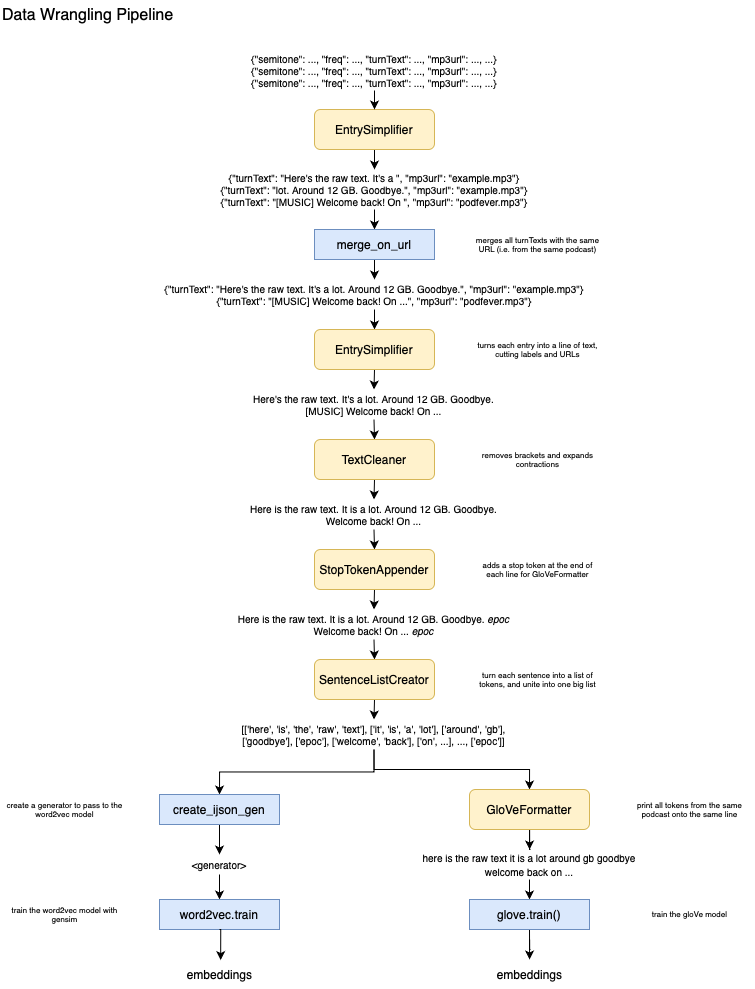
Above: wrangling.png in jofras/bachelors-thesis (draw.io), before the change. Source tidied: cells renumbered, new cells last; positions are measured from the earlier drawing's top-left corner, leaving out a move shared by most shapes. Its diagram source:
```xml
<mxGraphModel>
  <root>
    <mxCell id="0" />
    <mxCell id="1" parent="0" />
    <mxCell id="2" value="Data Wrangling Pipeline" style="text;html=1;align=left;verticalAlign=middle;whiteSpace=wrap;rounded=0;fontFamily=Helvetica;fontStyle=0;labelPosition=center;verticalLabelPosition=middle;fontSize=16;" parent="1" vertex="1">
      <mxGeometry width="230" height="30" as="geometry" />
    </mxCell>
    <mxCell id="3" style="edgeStyle=orthogonalEdgeStyle;rounded=0;jettySize=auto;html=1;exitX=0.5;exitY=1;exitDx=0;exitDy=0;entryX=0.5;entryY=0;entryDx=0;entryDy=0;" parent="1" edge="1" source="4" target="8">
      <mxGeometry relative="1" as="geometry" />
    </mxCell>
    <mxCell id="4" value="EntrySimplifier" style="rounded=1;whiteSpace=wrap;html=1;labelBackgroundColor=none;fillColor=#fff2cc;strokeColor=#d6b656;" parent="1" vertex="1">
      <mxGeometry x="314" y="109" width="120" height="40" as="geometry" />
    </mxCell>
    <mxCell id="5" style="edgeStyle=orthogonalEdgeStyle;rounded=0;jettySize=auto;html=1;exitX=0.5;exitY=1;exitDx=0;exitDy=0;entryX=0.5;entryY=0;entryDx=0;entryDy=0;" parent="1" edge="1" source="6" target="4">
      <mxGeometry relative="1" as="geometry" />
    </mxCell>
    <mxCell id="6" value="{&quot;semitone&quot;: ..., &quot;freq&quot;: ..., &quot;turnText&quot;: ..., &quot;mp3url&quot;: ..., ...}&lt;div&gt;{&quot;semitone&quot;: ..., &quot;freq&quot;: ..., &quot;turnText&quot;: ..., &quot;mp3url&quot;: ..., ...}&lt;br&gt;&lt;/div&gt;&lt;div&gt;{&quot;semitone&quot;: ..., &quot;freq&quot;: ..., &quot;turnText&quot;: ..., &quot;mp3url&quot;: ..., ...}&lt;br&gt;&lt;/div&gt;" style="text;html=1;align=center;verticalAlign=middle;whiteSpace=wrap;rounded=0;fontFamily=Helvetica;fontSize=10;" parent="1" vertex="1">
      <mxGeometry x="249" y="50" width="250" height="40" as="geometry" />
    </mxCell>
    <mxCell id="7" style="edgeStyle=orthogonalEdgeStyle;rounded=0;jettySize=auto;html=1;exitX=0.5;exitY=1;exitDx=0;exitDy=0;entryX=0.5;entryY=0;entryDx=0;entryDy=0;" parent="1" edge="1" source="8" target="10">
      <mxGeometry relative="1" as="geometry" />
    </mxCell>
    <mxCell id="8" value="{&quot;turnText&quot;: &quot;Here's the raw text. It's a &quot;, &quot;mp3url&quot;: &quot;example.mp3&quot;}&lt;div&gt;{&quot;turnText&quot;: &quot;lot. Around 12 GB. Goodbye.&quot;, &quot;mp3url&quot;: &quot;example.mp3&quot;}&lt;br&gt;&lt;/div&gt;&lt;div&gt;{&quot;turnText&quot;: &quot;[MUSIC] Welcome back! On &quot;, &quot;mp3url&quot;: &quot;podfever.mp3&quot;}&lt;br&gt;&lt;/div&gt;" style="text;html=1;align=center;verticalAlign=middle;whiteSpace=wrap;rounded=0;fontFamily=Helvetica;fontSize=10;" parent="1" vertex="1">
      <mxGeometry x="219" y="169" width="310" height="40" as="geometry" />
    </mxCell>
    <mxCell id="9" style="edgeStyle=orthogonalEdgeStyle;rounded=0;jettySize=auto;html=1;exitX=0.5;exitY=1;exitDx=0;exitDy=0;entryX=0.5;entryY=0;entryDx=0;entryDy=0;" parent="1" edge="1" source="10" target="12">
      <mxGeometry relative="1" as="geometry" />
    </mxCell>
    <mxCell id="10" value="merge_on_url" style="rounded=0;whiteSpace=wrap;html=1;fillColor=#dae8fc;strokeColor=#6c8ebf;" parent="1" vertex="1">
      <mxGeometry x="314" y="229" width="120" height="30" as="geometry" />
    </mxCell>
    <mxCell id="11" style="edgeStyle=orthogonalEdgeStyle;rounded=0;jettySize=auto;html=1;exitX=0.5;exitY=1;exitDx=0;exitDy=0;entryX=0.5;entryY=0;entryDx=0;entryDy=0;" parent="1" edge="1" source="12" target="14">
      <mxGeometry relative="1" as="geometry" />
    </mxCell>
    <mxCell id="12" value="{&quot;turnText&quot;: &quot;Here's the raw text. It's a lot. Around 12 GB. Goodbye.&quot;, &quot;mp3url&quot;: &quot;example.mp3&quot;}&lt;div&gt;{&quot;turnText&quot;: &quot;[MUSIC] Welcome back! On ...&quot;, &quot;mp3url&quot;: &quot;podfever.mp3&quot;}&lt;br&gt;&lt;/div&gt;" style="text;html=1;align=center;verticalAlign=middle;whiteSpace=wrap;rounded=0;fontFamily=Helvetica;fontSize=10;" parent="1" vertex="1">
      <mxGeometry x="159" y="279" width="430" height="30" as="geometry" />
    </mxCell>
    <mxCell id="13" style="edgeStyle=orthogonalEdgeStyle;rounded=0;jettySize=auto;html=1;exitX=0.5;exitY=1;exitDx=0;exitDy=0;entryX=0.5;entryY=0;entryDx=0;entryDy=0;" parent="1" edge="1" source="14" target="16">
      <mxGeometry relative="1" as="geometry" />
    </mxCell>
    <mxCell id="14" value="EntrySimplifier" style="rounded=1;whiteSpace=wrap;html=1;labelBackgroundColor=none;fillColor=#fff2cc;strokeColor=#d6b656;" parent="1" vertex="1">
      <mxGeometry x="314" y="329" width="120" height="40" as="geometry" />
    </mxCell>
    <mxCell id="15" style="edgeStyle=orthogonalEdgeStyle;rounded=0;jettySize=auto;html=1;exitX=0.5;exitY=1;exitDx=0;exitDy=0;entryX=0.5;entryY=0;entryDx=0;entryDy=0;" parent="1" edge="1" source="16" target="18">
      <mxGeometry relative="1" as="geometry" />
    </mxCell>
    <mxCell id="16" value="Here's the raw text. It's a lot. Around 12 GB. Goodbye.&lt;div&gt;[MUSIC] Welcome back! On ...&lt;br&gt;&lt;/div&gt;" style="text;html=1;align=center;verticalAlign=middle;whiteSpace=wrap;rounded=0;fontFamily=Helvetica;fontSize=10;" parent="1" vertex="1">
      <mxGeometry x="249" y="389" width="249" height="30" as="geometry" />
    </mxCell>
    <mxCell id="17" style="edgeStyle=orthogonalEdgeStyle;rounded=0;jettySize=auto;html=1;exitX=0.5;exitY=1;exitDx=0;exitDy=0;entryX=0.5;entryY=0;entryDx=0;entryDy=0;" parent="1" edge="1" source="18" target="20">
      <mxGeometry relative="1" as="geometry" />
    </mxCell>
    <mxCell id="18" value="TextCleaner" style="rounded=1;whiteSpace=wrap;html=1;labelBackgroundColor=none;fillColor=#fff2cc;strokeColor=#d6b656;" parent="1" vertex="1">
      <mxGeometry x="314" y="439" width="120" height="40" as="geometry" />
    </mxCell>
    <mxCell id="19" style="edgeStyle=orthogonalEdgeStyle;rounded=0;jettySize=auto;html=1;exitX=0.5;exitY=1;exitDx=0;exitDy=0;entryX=0.5;entryY=0;entryDx=0;entryDy=0;" parent="1" edge="1" source="20" target="22">
      <mxGeometry relative="1" as="geometry" />
    </mxCell>
    <mxCell id="20" value="Here is the raw text. It is a lot. Around 12 GB. Goodbye.&lt;div&gt;Welcome back! On ...&lt;br&gt;&lt;/div&gt;" style="text;html=1;align=center;verticalAlign=middle;whiteSpace=wrap;rounded=0;fontFamily=Helvetica;fontSize=10;" parent="1" vertex="1">
      <mxGeometry x="249" y="499" width="249" height="30" as="geometry" />
    </mxCell>
    <mxCell id="21" style="edgeStyle=orthogonalEdgeStyle;rounded=0;jettySize=auto;html=1;exitX=0.5;exitY=1;exitDx=0;exitDy=0;entryX=0.5;entryY=0;entryDx=0;entryDy=0;" parent="1" edge="1" source="22" target="24">
      <mxGeometry relative="1" as="geometry" />
    </mxCell>
    <mxCell id="22" value="StopTokenAppender" style="rounded=1;whiteSpace=wrap;html=1;labelBackgroundColor=none;fillColor=#fff2cc;strokeColor=#d6b656;" parent="1" vertex="1">
      <mxGeometry x="314" y="549" width="120" height="40" as="geometry" />
    </mxCell>
    <mxCell id="23" style="edgeStyle=orthogonalEdgeStyle;rounded=0;jettySize=auto;html=1;exitX=0.5;exitY=1;exitDx=0;exitDy=0;entryX=0.5;entryY=0;entryDx=0;entryDy=0;" parent="1" edge="1" source="24" target="26">
      <mxGeometry relative="1" as="geometry" />
    </mxCell>
    <mxCell id="24" value="Here is the raw text. It is a lot. Around 12 GB. Goodbye. &lt;i&gt;epoc&lt;/i&gt;&lt;div&gt;Welcome back! On ... &lt;i&gt;epoc&lt;/i&gt;&lt;br&gt;&lt;/div&gt;" style="text;html=1;align=center;verticalAlign=middle;whiteSpace=wrap;rounded=0;fontFamily=Helvetica;fontSize=10;" parent="1" vertex="1">
      <mxGeometry x="233" y="609" width="281" height="30" as="geometry" />
    </mxCell>
    <mxCell id="25" style="edgeStyle=orthogonalEdgeStyle;rounded=0;jettySize=auto;html=1;exitX=0.5;exitY=1;exitDx=0;exitDy=0;entryX=0.5;entryY=0;entryDx=0;entryDy=0;" parent="1" edge="1" source="26" target="29">
      <mxGeometry relative="1" as="geometry" />
    </mxCell>
    <mxCell id="26" value="SentenceListCreator" style="rounded=1;whiteSpace=wrap;html=1;labelBackgroundColor=none;fillColor=#fff2cc;strokeColor=#d6b656;" parent="1" vertex="1">
      <mxGeometry x="314" y="659" width="120" height="40" as="geometry" />
    </mxCell>
    <mxCell id="27" style="edgeStyle=orthogonalEdgeStyle;rounded=0;jettySize=auto;html=1;exitX=0.5;exitY=1;exitDx=0;exitDy=0;entryX=0.5;entryY=0;entryDx=0;entryDy=0;" parent="1" edge="1" source="29" target="33">
      <mxGeometry relative="1" as="geometry" />
    </mxCell>
    <mxCell id="28" style="edgeStyle=orthogonalEdgeStyle;rounded=0;jettySize=auto;html=1;exitX=0.5;exitY=1;exitDx=0;exitDy=0;entryX=0.5;entryY=0;entryDx=0;entryDy=0;" parent="1" edge="1" source="29" target="31">
      <mxGeometry relative="1" as="geometry">
        <Array as="points">
          <mxPoint x="374" y="769" />
          <mxPoint x="529" y="769" />
        </Array>
      </mxGeometry>
    </mxCell>
    <mxCell id="29" value="&lt;div&gt;[['here', 'is', 'the', 'raw', 'text'], ['it', 'is', 'a', 'lot'], ['around', 'gb'], ['goodbye'], ['epoc'], ['welcome', 'back'], ['on', ...], ..., ['epoc']]&lt;/div&gt;" style="text;html=1;align=center;verticalAlign=middle;whiteSpace=wrap;rounded=0;fontFamily=Helvetica;fontSize=10;" parent="1" vertex="1">
      <mxGeometry x="240" y="719" width="267" height="30" as="geometry" />
    </mxCell>
    <mxCell id="30" style="edgeStyle=orthogonalEdgeStyle;rounded=0;jettySize=auto;html=1;exitX=0.5;exitY=1;exitDx=0;exitDy=0;" parent="1" edge="1" source="31" target="37">
      <mxGeometry relative="1" as="geometry" />
    </mxCell>
    <mxCell id="31" value="GloVeFormatter" style="rounded=1;whiteSpace=wrap;html=1;labelBackgroundColor=none;fillColor=#fff2cc;strokeColor=#d6b656;" parent="1" vertex="1">
      <mxGeometry x="469" y="789" width="120" height="40" as="geometry" />
    </mxCell>
    <mxCell id="32" style="edgeStyle=orthogonalEdgeStyle;rounded=0;jettySize=auto;html=1;exitX=0.5;exitY=1;exitDx=0;exitDy=0;entryX=0.5;entryY=0;entryDx=0;entryDy=0;" parent="1" edge="1" source="33" target="35">
      <mxGeometry relative="1" as="geometry" />
    </mxCell>
    <mxCell id="33" value="create_ijson_gen" style="rounded=0;whiteSpace=wrap;html=1;fillColor=#dae8fc;strokeColor=#6c8ebf;" parent="1" vertex="1">
      <mxGeometry x="159" y="794" width="120" height="30" as="geometry" />
    </mxCell>
    <mxCell id="34" style="edgeStyle=orthogonalEdgeStyle;rounded=0;jettySize=auto;html=1;exitX=0.5;exitY=1;exitDx=0;exitDy=0;entryX=0.5;entryY=0;entryDx=0;entryDy=0;" parent="1" edge="1" source="35" target="38">
      <mxGeometry relative="1" as="geometry" />
    </mxCell>
    <mxCell id="35" value="&lt;font style=&quot;font-size: 10px;&quot;&gt;&amp;lt;generator&amp;gt;&lt;/font&gt;" style="text;html=1;align=center;verticalAlign=middle;whiteSpace=wrap;rounded=0;" parent="1" vertex="1">
      <mxGeometry x="189" y="854" width="60" height="20" as="geometry" />
    </mxCell>
    <mxCell id="36" style="edgeStyle=orthogonalEdgeStyle;rounded=0;jettySize=auto;html=1;exitX=0.5;exitY=1;exitDx=0;exitDy=0;entryX=0.5;entryY=0;entryDx=0;entryDy=0;" parent="1" edge="1" source="37" target="40">
      <mxGeometry relative="1" as="geometry" />
    </mxCell>
    <mxCell id="37" value="&lt;font style=&quot;font-size: 10px;&quot;&gt;here is the raw text it is a lot around gb goodbye&lt;/font&gt;&lt;div&gt;&lt;font style=&quot;font-size: 10px;&quot;&gt;welcome back on ...&lt;/font&gt;&lt;/div&gt;" style="text;html=1;align=center;verticalAlign=middle;whiteSpace=wrap;rounded=0;" parent="1" vertex="1">
      <mxGeometry x="419" y="849" width="220" height="30" as="geometry" />
    </mxCell>
    <mxCell id="38" value="word2vec.train" style="rounded=0;whiteSpace=wrap;html=1;fillColor=#dae8fc;strokeColor=#6c8ebf;" parent="1" vertex="1">
      <mxGeometry x="159" y="899" width="120" height="30" as="geometry" />
    </mxCell>
    <mxCell id="39" style="edgeStyle=orthogonalEdgeStyle;rounded=0;jettySize=auto;html=1;exitX=0.5;exitY=1;exitDx=0;exitDy=0;" parent="1" edge="1" source="40" target="42">
      <mxGeometry relative="1" as="geometry" />
    </mxCell>
    <mxCell id="40" value="glove.train()" style="rounded=0;whiteSpace=wrap;html=1;fillColor=#dae8fc;strokeColor=#6c8ebf;" parent="1" vertex="1">
      <mxGeometry x="469" y="899" width="120" height="30" as="geometry" />
    </mxCell>
    <mxCell id="41" value="embeddings" style="text;html=1;align=center;verticalAlign=middle;points=[];strokeColor=none;fillColor=none;" parent="1" vertex="1">
      <mxGeometry x="174" y="959" width="90" height="30" as="geometry" />
    </mxCell>
    <mxCell id="42" value="embeddings" style="text;html=1;align=center;verticalAlign=middle;points=[];strokeColor=none;fillColor=none;" parent="1" vertex="1">
      <mxGeometry x="484" y="959" width="90" height="30" as="geometry" />
    </mxCell>
    <mxCell id="43" style="edgeStyle=orthogonalEdgeStyle;rounded=0;jettySize=auto;html=1;exitX=0.5;exitY=1;exitDx=0;exitDy=0;entryX=0.513;entryY=0.019;entryDx=0;entryDy=0;entryPerimeter=0;" parent="1" edge="1" source="38" target="41">
      <mxGeometry relative="1" as="geometry" />
    </mxCell>
    <mxCell id="44" value="&lt;font&gt;merges all turnTexts with the same URL (i.e. from the same podcast)&lt;/font&gt;" style="text;html=1;align=center;verticalAlign=middle;whiteSpace=wrap;rounded=0;fontSize=8;" parent="1" vertex="1">
      <mxGeometry x="473" y="229" width="129" height="30" as="geometry" />
    </mxCell>
    <mxCell id="45" value="turns each entry into a line of text, cutting labels and URLs" style="text;html=1;align=center;verticalAlign=middle;whiteSpace=wrap;rounded=0;fontSize=8;" parent="1" vertex="1">
      <mxGeometry x="473" y="334" width="129" height="30" as="geometry" />
    </mxCell>
    <mxCell id="46" value="removes brackets and expands contractions" style="text;html=1;align=center;verticalAlign=middle;whiteSpace=wrap;rounded=0;fontSize=8;" parent="1" vertex="1">
      <mxGeometry x="473" y="444" width="129" height="30" as="geometry" />
    </mxCell>
    <mxCell id="47" value="adds a stop token at the end of each line for GloVeFormatter" style="text;html=1;align=center;verticalAlign=middle;whiteSpace=wrap;rounded=0;fontSize=8;" parent="1" vertex="1">
      <mxGeometry x="473" y="554" width="129" height="30" as="geometry" />
    </mxCell>
    <mxCell id="48" value="turn each sentence into a list of tokens, and unite into one big list" style="text;html=1;align=center;verticalAlign=middle;whiteSpace=wrap;rounded=0;fontSize=8;" parent="1" vertex="1">
      <mxGeometry x="473" y="664" width="129" height="30" as="geometry" />
    </mxCell>
    <mxCell id="49" value="create a generator to pass to the word2vec model" style="text;html=1;align=center;verticalAlign=middle;whiteSpace=wrap;rounded=0;fontSize=8;" parent="1" vertex="1">
      <mxGeometry y="794" width="129" height="30" as="geometry" />
    </mxCell>
    <mxCell id="50" value="train the word2vec model with gensim" style="text;html=1;align=center;verticalAlign=middle;whiteSpace=wrap;rounded=0;fontSize=8;" parent="1" vertex="1">
      <mxGeometry y="899" width="129" height="30" as="geometry" />
    </mxCell>
    <mxCell id="51" value="print all tokens from the same podcast onto the same line" style="text;html=1;align=center;verticalAlign=middle;whiteSpace=wrap;rounded=0;fontSize=8;" parent="1" vertex="1">
      <mxGeometry x="625" y="794" width="129" height="30" as="geometry" />
    </mxCell>
    <mxCell id="52" value="train the gloVe model" style="text;html=1;align=center;verticalAlign=middle;whiteSpace=wrap;rounded=0;fontSize=8;" parent="1" vertex="1">
      <mxGeometry x="625" y="899" width="129" height="30" as="geometry" />
    </mxCell>
  </root>
</mxGraphModel>
```
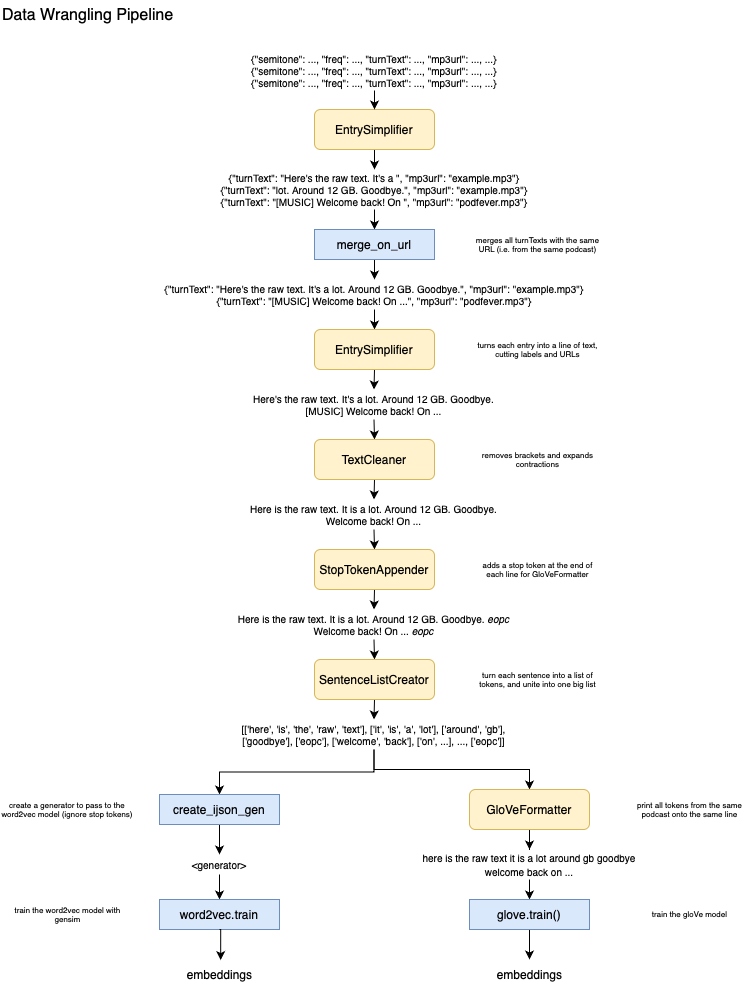
The same diagram one commit later.

What changed in the source:
```diff
@@ -68,7 +68,7 @@
     <mxCell id="23" style="edgeStyle=orthogonalEdgeStyle;rounded=0;jettySize=auto;html=1;exitX=0.5;exitY=1;exitDx=0;exitDy=0;entryX=0.5;entryY=0;entryDx=0;entryDy=0;" parent="1" edge="1" source="24" target="26">
       <mxGeometry relative="1" as="geometry" />
     </mxCell>
-    <mxCell id="24" value="Here is the raw text. It is a lot. Around 12 GB. Goodbye. &lt;i&gt;epoc&lt;/i&gt;&lt;div&gt;Welcome back! On ... &lt;i&gt;epoc&lt;/i&gt;&lt;br&gt;&lt;/div&gt;" style="text;html=1;align=center;verticalAlign=middle;whiteSpace=wrap;rounded=0;fontFamily=Helvetica;fontSize=10;" parent="1" vertex="1">
+    <mxCell id="24" value="Here is the raw text. It is a lot. Around 12 GB. Goodbye. &lt;i&gt;eopc&lt;/i&gt;&lt;div&gt;Welcome back! On ... &lt;i&gt;eopc&lt;/i&gt;&lt;br&gt;&lt;/div&gt;" style="text;html=1;align=center;verticalAlign=middle;whiteSpace=wrap;rounded=0;fontFamily=Helvetica;fontSize=10;" parent="1" vertex="1">
       <mxGeometry x="233" y="609" width="281" height="30" as="geometry" />
     </mxCell>
     <mxCell id="25" style="edgeStyle=orthogonalEdgeStyle;rounded=0;jettySize=auto;html=1;exitX=0.5;exitY=1;exitDx=0;exitDy=0;entryX=0.5;entryY=0;entryDx=0;entryDy=0;" parent="1" edge="1" source="26" target="29">
@@ -88,7 +88,7 @@
         </Array>
       </mxGeometry>
     </mxCell>
-    <mxCell id="29" value="&lt;div&gt;[['here', 'is', 'the', 'raw', 'text'], ['it', 'is', 'a', 'lot'], ['around', 'gb'], ['goodbye'], ['epoc'], ['welcome', 'back'], ['on', ...], ..., ['epoc']]&lt;/div&gt;" style="text;html=1;align=center;verticalAlign=middle;whiteSpace=wrap;rounded=0;fontFamily=Helvetica;fontSize=10;" parent="1" vertex="1">
+    <mxCell id="29" value="&lt;div&gt;[['here', 'is', 'the', 'raw', 'text'], ['it', 'is', 'a', 'lot'], ['around', 'gb'], ['goodbye'], ['eopc'], ['welcome', 'back'], ['on', ...], ..., ['eopc']]&lt;/div&gt;" style="text;html=1;align=center;verticalAlign=middle;whiteSpace=wrap;rounded=0;fontFamily=Helvetica;fontSize=10;" parent="1" vertex="1">
       <mxGeometry x="240" y="719" width="267" height="30" as="geometry" />
     </mxCell>
     <mxCell id="30" style="edgeStyle=orthogonalEdgeStyle;rounded=0;jettySize=auto;html=1;exitX=0.5;exitY=1;exitDx=0;exitDy=0;" parent="1" edge="1" source="31" target="37">
@@ -148,11 +148,11 @@
     <mxCell id="48" value="turn each sentence into a list of tokens, and unite into one big list" style="text;html=1;align=center;verticalAlign=middle;whiteSpace=wrap;rounded=0;fontSize=8;" parent="1" vertex="1">
       <mxGeometry x="473" y="664" width="129" height="30" as="geometry" />
     </mxCell>
-    <mxCell id="49" value="create a generator to pass to the word2vec model" style="text;html=1;align=center;verticalAlign=middle;whiteSpace=wrap;rounded=0;fontSize=8;" parent="1" vertex="1">
-      <mxGeometry y="794" width="129" height="30" as="geometry" />
+    <mxCell id="49" value="create a generator to pass to the word2vec model (ignore stop tokens)" style="text;html=1;align=center;verticalAlign=middle;whiteSpace=wrap;rounded=0;fontSize=8;" parent="1" vertex="1">
+      <mxGeometry y="794" width="134" height="30" as="geometry" />
     </mxCell>
     <mxCell id="50" value="train the word2vec model with gensim" style="text;html=1;align=center;verticalAlign=middle;whiteSpace=wrap;rounded=0;fontSize=8;" parent="1" vertex="1">
-      <mxGeometry y="899" width="129" height="30" as="geometry" />
+      <mxGeometry x="2.5" y="899" width="129" height="30" as="geometry" />
     </mxCell>
     <mxCell id="51" value="print all tokens from the same podcast onto the same line" style="text;html=1;align=center;verticalAlign=middle;whiteSpace=wrap;rounded=0;fontSize=8;" parent="1" vertex="1">
       <mxGeometry x="625" y="794" width="129" height="30" as="geometry" />
```
